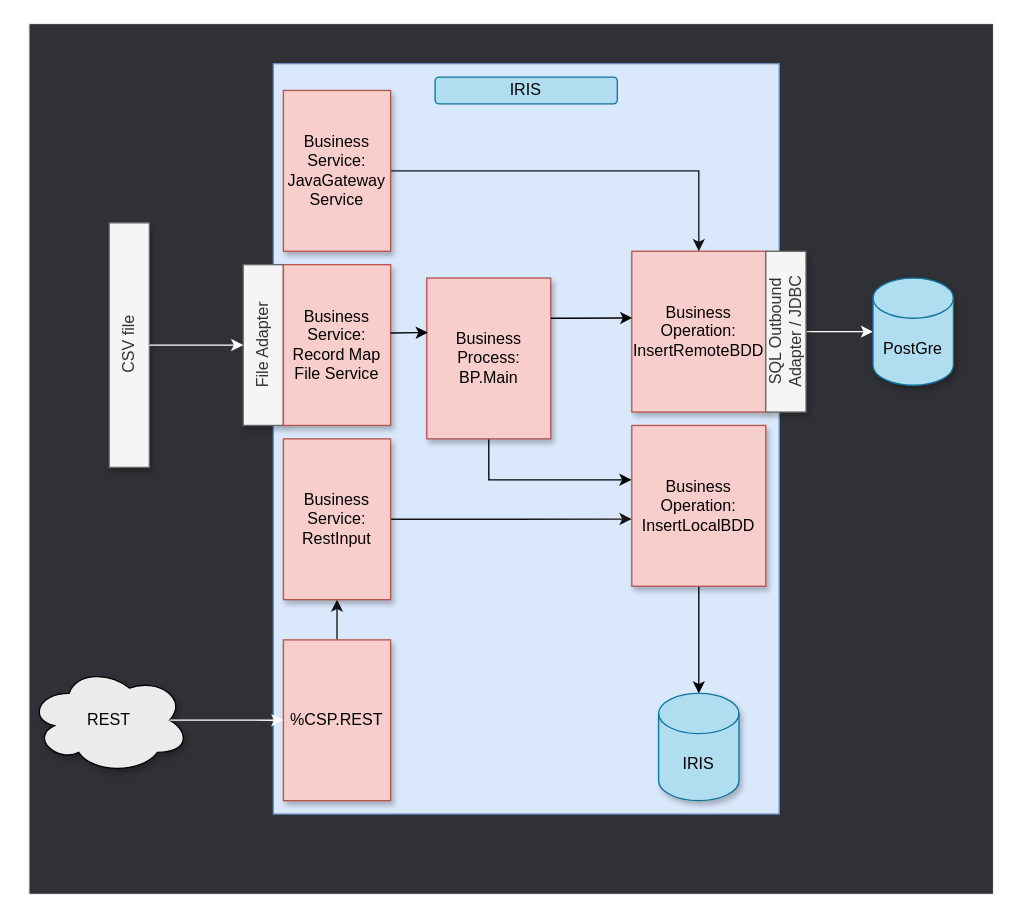
Before: misc/img/FrameworkAdapted.drawio in grongierisc/formation-template, a draw.io diagram. Source tidied: cells renumbered, new cells numbered last; positions are measured from the earlier drawing's top-left corner, leaving out a move shared by most shapes. Both pictures are drawn from the tidied source at 134%, with x=0, y=0 at pixel (28, 23).
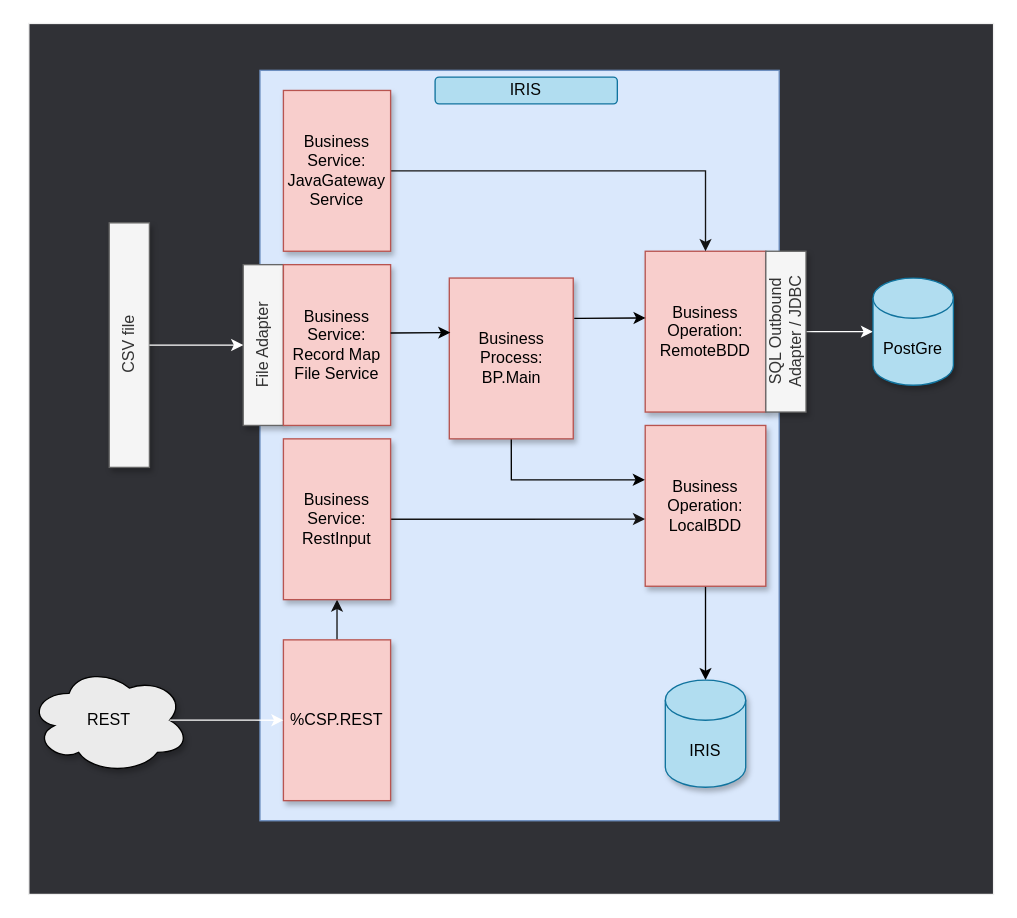
Above is the later version.

Commit message (it also covers changes not shown here):
Details framework

What changed in the source:
```diff
@@
     <mxCell id="3" style="rounded=0;whiteSpace=wrap;html=1;horizontal=1;verticalAlign=top;strokeColor=#6c8ebf;glass=0;shadow=0;sketch=0;fillColor=#dae8fc;" parent="1" vertex="1">
-      <mxGeometry x="182.5" y="30" width="377.5" height="560" as="geometry" />
+      <mxGeometry x="172.5" y="35" width="387.5" height="560" as="geometry" />
     </mxCell>
@@
-    <mxCell id="5" value="&lt;font color=&quot;#000000&quot;&gt;Business Operation:&lt;br&gt;InsertLocalBDD&lt;/font&gt;" style="rounded=0;whiteSpace=wrap;html=1;verticalAlign=middle;fillColor=#f8cecc;strokeColor=#b85450;shadow=1;" parent="1" vertex="1">
-      <mxGeometry x="450" y="300" width="100" height="120" as="geometry" />
+    <mxCell id="5" value="&lt;font color=&quot;#000000&quot;&gt;Business Operation:&lt;br&gt;LocalBDD&lt;/font&gt;" style="rounded=0;whiteSpace=wrap;html=1;verticalAlign=middle;fillColor=#f8cecc;strokeColor=#b85450;shadow=1;" parent="1" vertex="1">
+      <mxGeometry x="460" y="300" width="90" height="120" as="geometry" />
     </mxCell>
@@
     <mxCell id="16" value="&lt;div&gt;&lt;font color=&quot;#000000&quot;&gt;IRIS&lt;/font&gt;&lt;/div&gt;" style="shape=cylinder3;whiteSpace=wrap;html=1;boundedLbl=1;backgroundOutline=1;size=15;rounded=0;shadow=1;glass=0;sketch=0;fillColor=#b1ddf0;align=center;verticalAlign=middle;strokeColor=#10739e;" parent="1" vertex="1">
-      <mxGeometry x="470" y="500" width="60" height="80" as="geometry" />
+      <mxGeometry x="475" y="490" width="60" height="80" as="geometry" />
     </mxCell>
@@
     <mxCell id="18" value="&lt;font color=&quot;#000000&quot;&gt;Business Process:&lt;br&gt;BP.Main&lt;br&gt;&lt;/font&gt;" style="rounded=0;whiteSpace=wrap;html=1;verticalAlign=middle;fillColor=#f8cecc;strokeColor=#b85450;shadow=1;" parent="1" vertex="1">
-      <mxGeometry x="297" y="190" width="92.5" height="120" as="geometry" />
+      <mxGeometry x="313.8" y="190" width="92.5" height="120" as="geometry" />
     </mxCell>
@@
-    <mxCell id="20" value="&lt;font color=&quot;#000000&quot;&gt;Business Operation: InsertRemoteBDD&lt;/font&gt;" style="rounded=0;whiteSpace=wrap;html=1;verticalAlign=middle;fillColor=#f8cecc;strokeColor=#b85450;shadow=1;" parent="1" vertex="1">
-      <mxGeometry x="450" y="170" width="100" height="120" as="geometry" />
+    <mxCell id="20" value="&lt;font color=&quot;#000000&quot;&gt;Business Operation: RemoteBDD&lt;/font&gt;" style="rounded=0;whiteSpace=wrap;html=1;verticalAlign=middle;fillColor=#f8cecc;strokeColor=#b85450;shadow=1;" parent="1" vertex="1">
+      <mxGeometry x="460" y="170" width="90" height="120" as="geometry" />
     </mxCell>
-    <mxCell id="21" style="edgeStyle=orthogonalEdgeStyle;rounded=0;sketch=0;jettySize=auto;html=1;shadow=0;startArrow=none;startFill=0;strokeColor=#000000;exitX=1;exitY=0.25;exitDx=0;exitDy=0;entryX=0.003;entryY=0.415;entryDx=0;entryDy=0;entryPerimeter=0;" parent="1" edge="1" source="18" target="20">
+    <mxCell id="21" style="edgeStyle=orthogonalEdgeStyle;rounded=0;sketch=0;jettySize=auto;html=1;shadow=0;startArrow=none;startFill=0;strokeColor=#000000;entryX=0.003;entryY=0.415;entryDx=0;entryDy=0;entryPerimeter=0;exitX=1.008;exitY=0.251;exitDx=0;exitDy=0;exitPerimeter=0;" parent="1" edge="1" source="18" target="20">
       <mxGeometry relative="1" as="geometry">
         <Array as="points">
-          <mxPoint x="400" y="220" />
-          <mxPoint x="400" y="220" />
+          <mxPoint x="410" y="220" />
         </Array>
       </mxGeometry>
     </mxCell>
```
